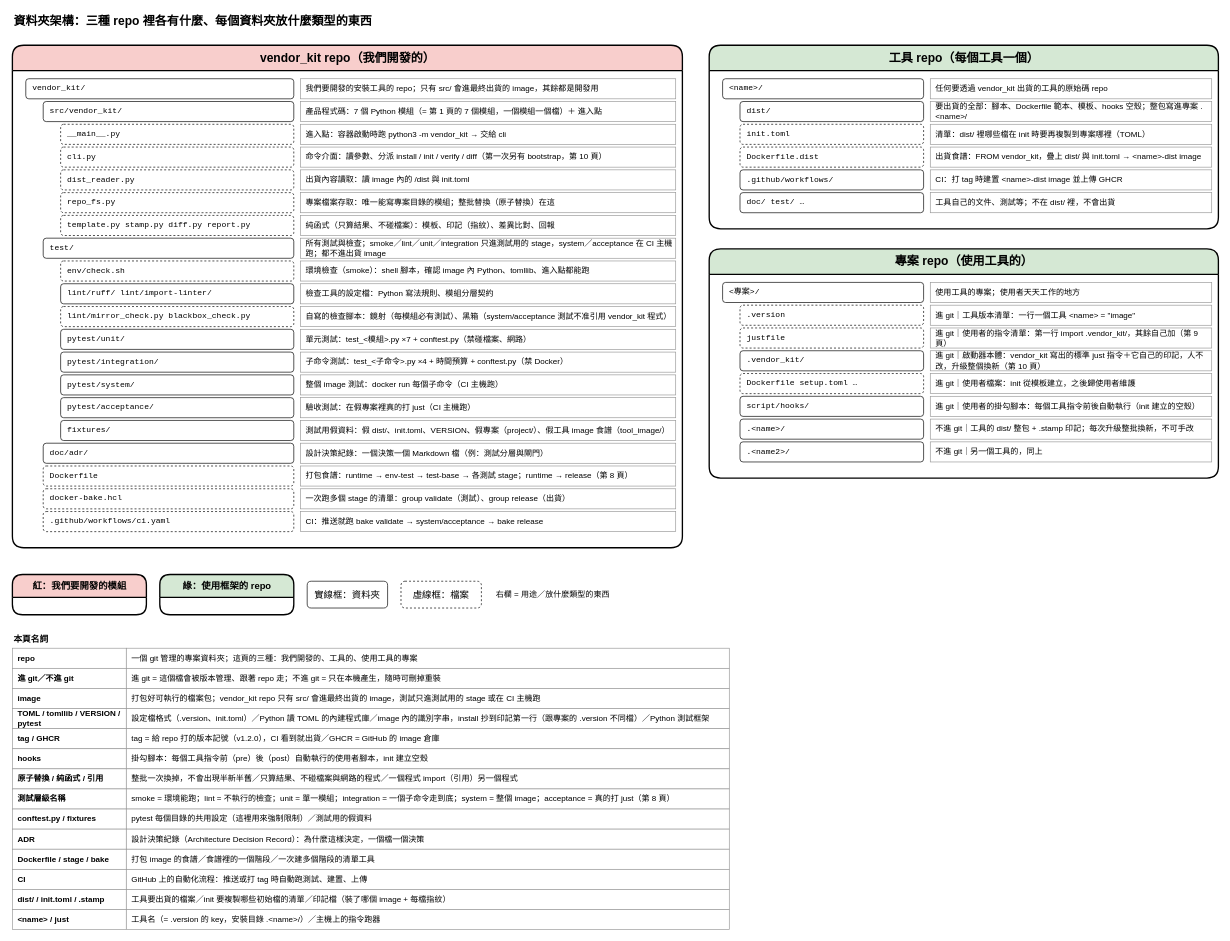
Before: page "7. 資料夾架構" (7 of 10) of dist_distribution.drawio in ycpss91255-research/vendor_kit, a draw.io diagram. Source tidied: cells renumbered, new cells numbered last; positions are measured from the earlier drawing's top-left corner, leaving out a move shared by most shapes. Both pictures are drawn from the tidied source at 67%, with x=0, y=0 at pixel (12, 11).
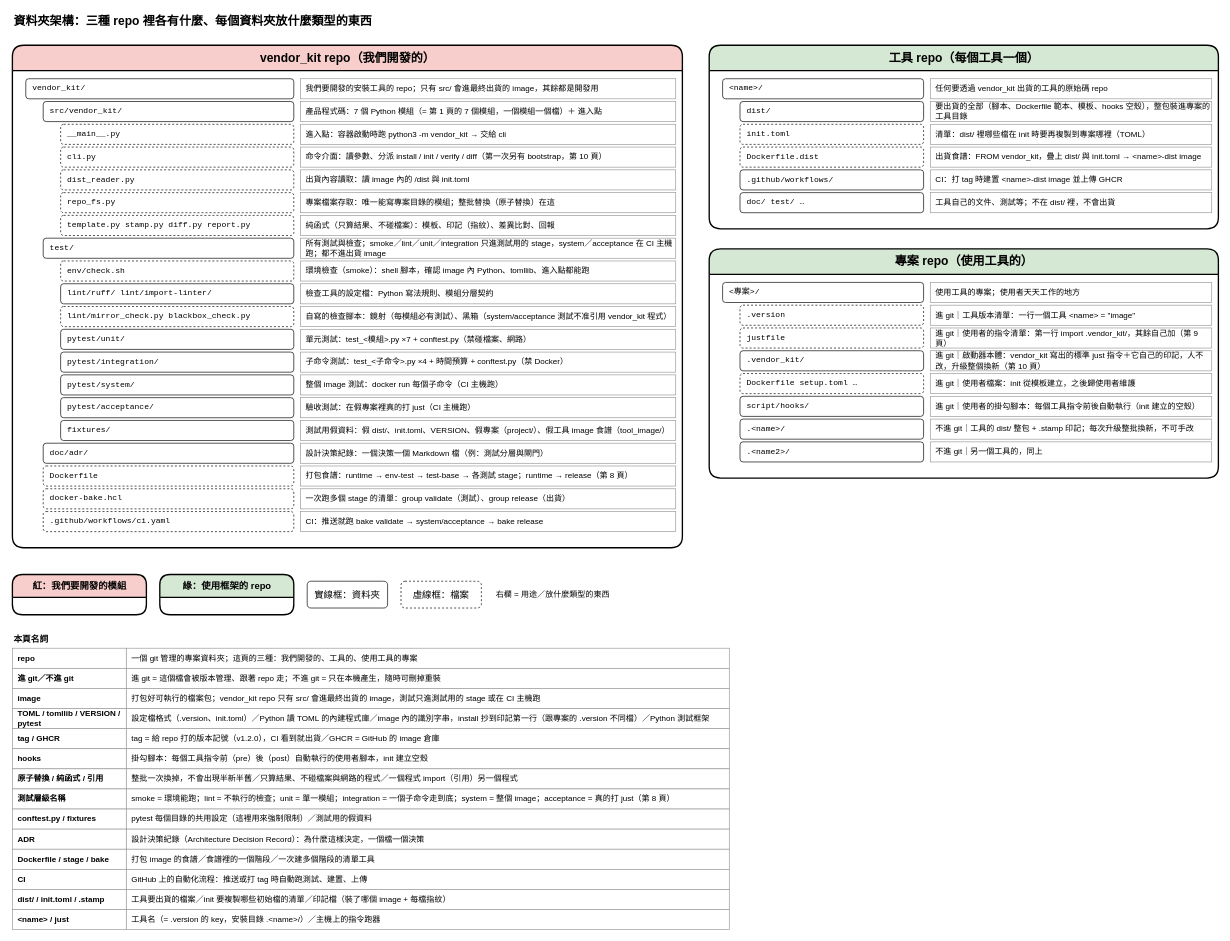
The same diagram, later.

The change refers to these unchanged cells:
```xml
<mxCell id="44" value="工具 repo（每個工具一個）" style="swimlane;html=1;rounded=1;startSize=38;fontStyle=1;fontSize=18;fillColor=#d5e8d4;swimlaneFillColor=#ffffff;strokeColor=#000000;strokeWidth=2;" parent="1" vertex="1">
  <mxGeometry x="1040" y="50" width="760" height="274" as="geometry" />
</mxCell>
```

Diff of the diagram source:
```diff
@@
-    <mxCell id="48" value="要出貨的全部：腳本、Dockerfile 範本、模板、hooks 空殼；整包寫進專案 .&amp;lt;name&amp;gt;/" style="rounded=0;whiteSpace=wrap;html=1;fillColor=#ffffff;strokeColor=#999999;fontSize=12;align=left;spacingLeft=6;strokeWidth=1;" parent="44" vertex="1">
+    <mxCell id="48" value="要出貨的全部（腳本、Dockerfile 範本、模板、hooks 空殼），整包裝進專案的工具目錄" style="rounded=0;whiteSpace=wrap;html=1;fillColor=#ffffff;strokeColor=#999999;fontSize=12;align=left;spacingLeft=6;strokeWidth=1;" parent="44" vertex="1">
       <mxGeometry x="330" y="84" width="420" height="30" as="geometry" />
     </mxCell>
```
